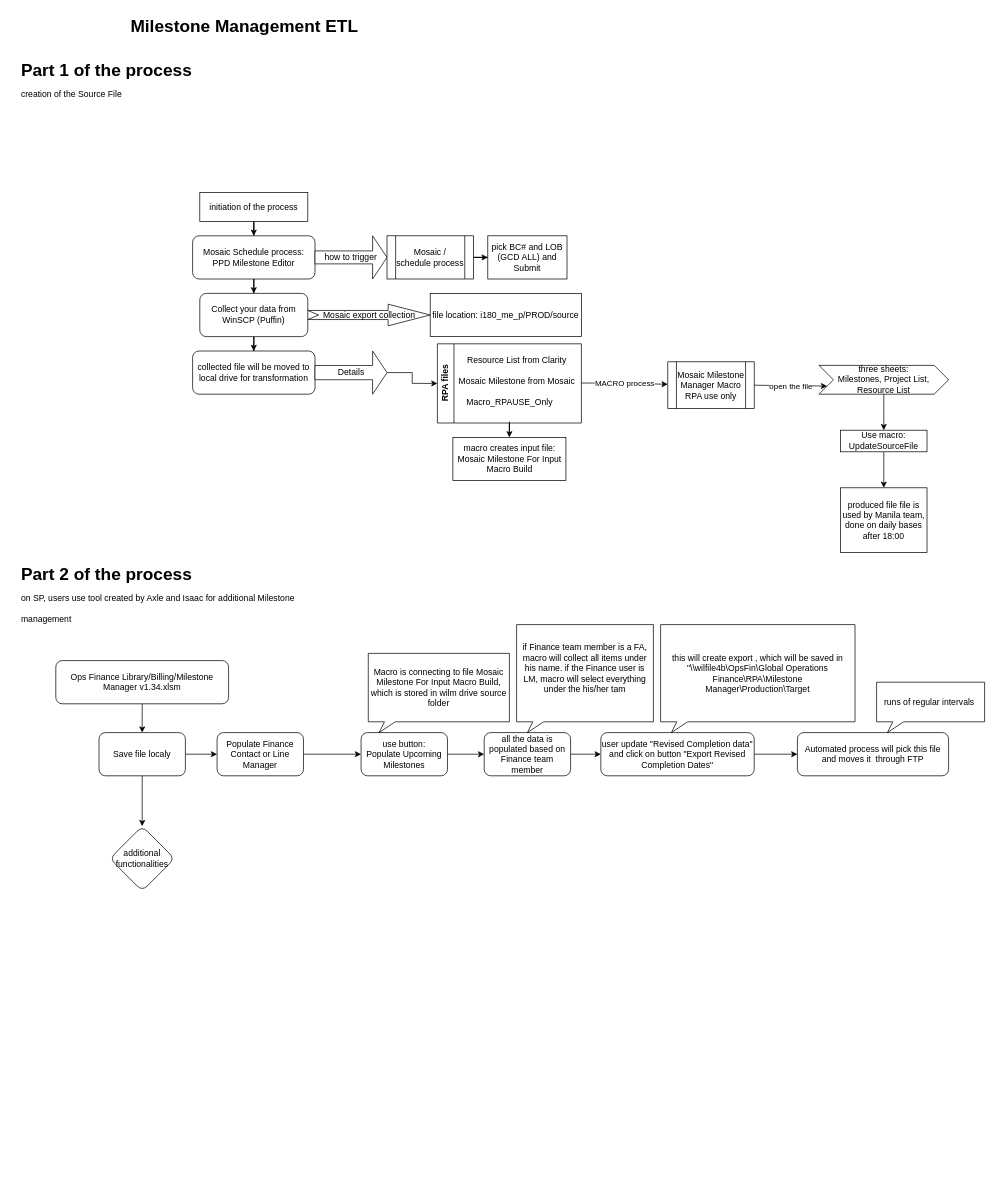
This is MilestoneProcess.drawio from trooperNiki/SCRTDiagrams, a draw.io file, before an edit. Source tidied: cells renumbered, new cells numbered last; positions are measured from the earlier drawing's top-left corner, leaving out a move shared by most shapes. Both pictures are drawn from the tidied source at 72%, with x=0, y=0 at pixel (19, 12).
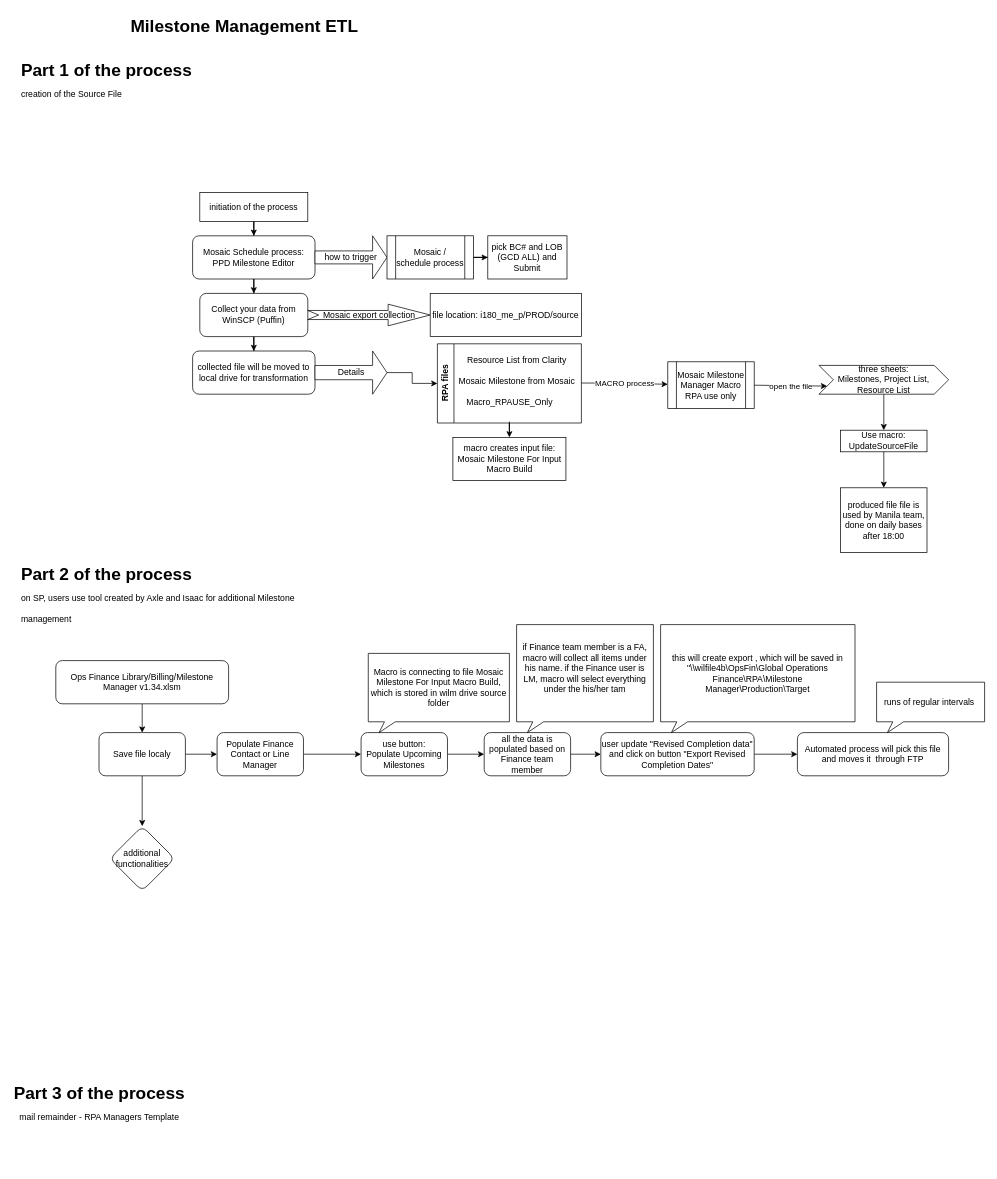
Above is the later version.

The edit, as a diff of the source:
```diff
@@
+    <mxCell id="55" value="&lt;h1 style=&quot;margin-top: 0px;&quot;&gt;&lt;span style=&quot;background-color: initial;&quot;&gt;Part 3 of the process&lt;br&gt;&lt;div style=&quot;text-align: center;&quot;&gt;&lt;span style=&quot;background-color: initial; font-size: 12px; font-weight: 400;&quot;&gt;mail remainder - RPA Managers Template&lt;/span&gt;&lt;/div&gt;&lt;/span&gt;&lt;/h1&gt;" style="text;html=1;whiteSpace=wrap;overflow=hidden;rounded=0;" parent="1" vertex="1">
+      <mxGeometry x="-10" y="1480" width="410" height="120" as="geometry" />
+    </mxCell>
```
